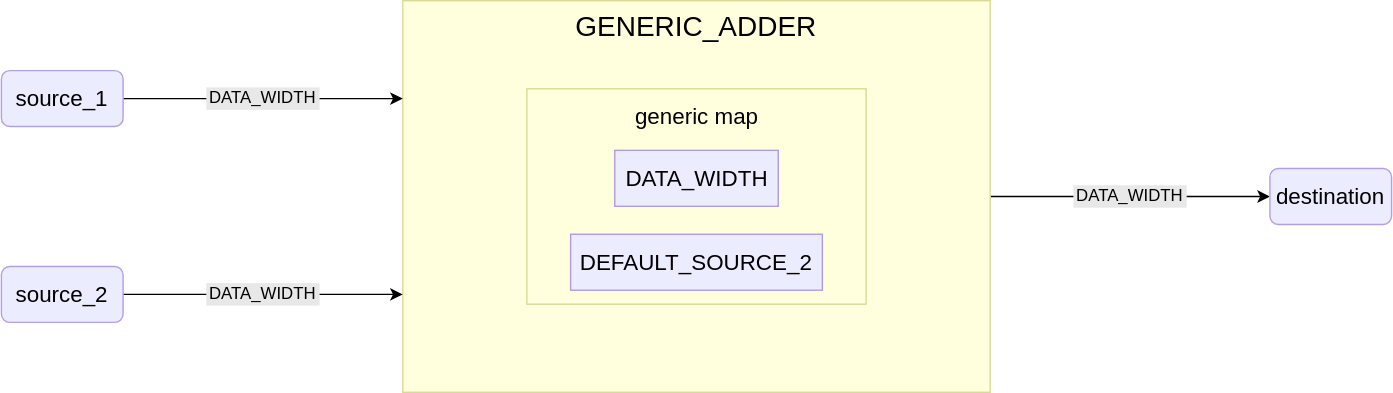
This is docs/public/images/reference/report_components/generic_adder.drawio.svg from insper-riscv/core, a draw.io export, as it was before one commit. Source tidied: cells renumbered, new cells last; positions are measured from the earlier drawing's top-left corner, leaving out a move shared by most shapes.
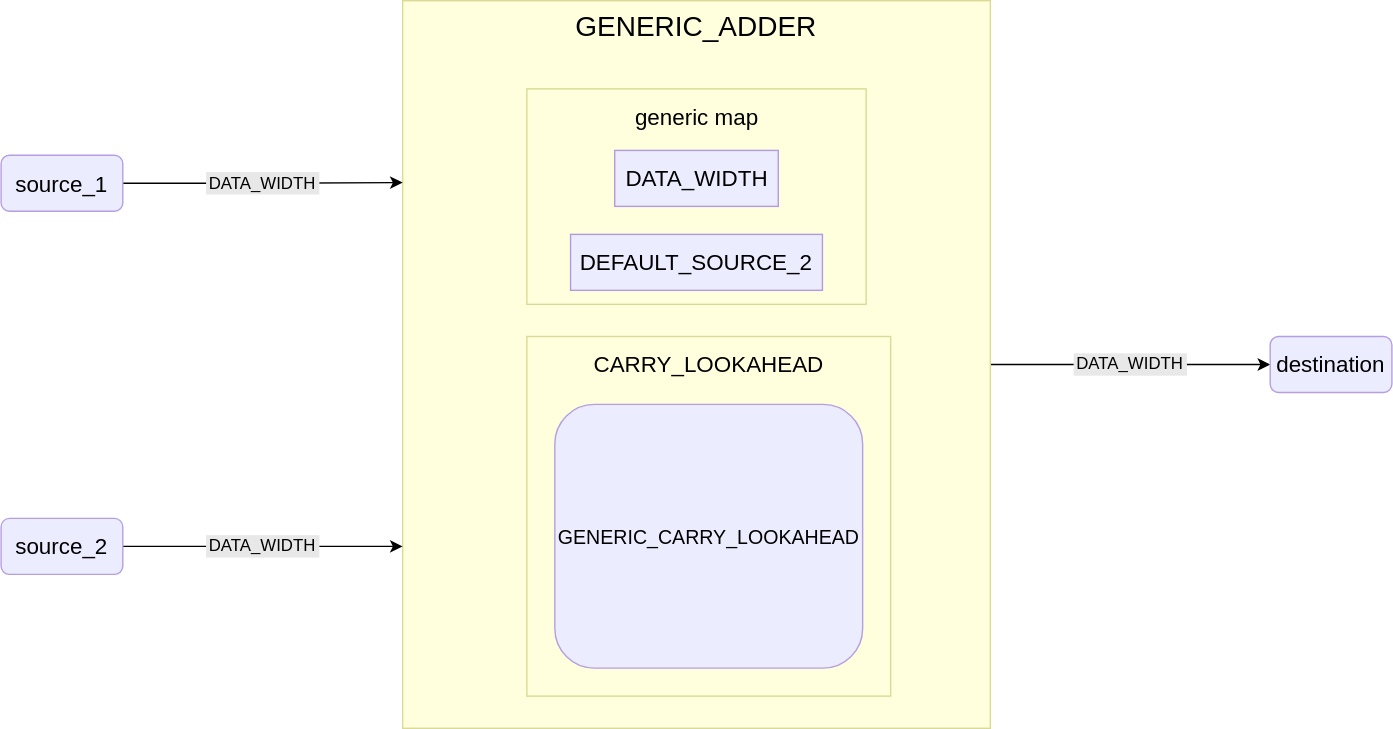
After the commit.

Diff of the diagram source:
```diff
@@ -6,7 +6,7 @@
       <mxGeometry relative="1" as="geometry" />
     </mxCell>
     <mxCell id="3" value="GENERIC_ADDER" style="rounded=0;whiteSpace=wrap;html=1;fillColor=#ffffde;strokeColor=#dada94;verticalAlign=top;fontSize=20;" parent="1" vertex="1">
-      <mxGeometry x="287" width="420" height="280" as="geometry" />
+      <mxGeometry x="287" width="420" height="520" as="geometry" />
     </mxCell>
     <mxCell id="4" value="&lt;span style=&quot;font-size: 16px;&quot;&gt;generic map&lt;/span&gt;" style="rounded=0;whiteSpace=wrap;html=1;fillColor=#ffffde;strokeColor=#dada94;verticalAlign=top;fontSize=20;" parent="1" vertex="1">
       <mxGeometry x="375.8" y="63" width="242.5" height="154" as="geometry" />
@@ -18,7 +18,7 @@
       <mxGeometry relative="1" as="geometry" />
     </mxCell>
     <mxCell id="7" value="source_1" style="rounded=1;whiteSpace=wrap;html=1;fillColor=#ececff;strokeColor=#b59fe2;fontSize=16;" parent="1" vertex="1">
-      <mxGeometry y="50" width="87" height="40" as="geometry" />
+      <mxGeometry y="110.5" width="87" height="40" as="geometry" />
     </mxCell>
     <mxCell id="8" value="DEFAULT_SOURCE_2" style="rounded=0;whiteSpace=wrap;html=1;fillColor=#ececff;strokeColor=#b29ae1;fontSize=16;" parent="1" vertex="1">
       <mxGeometry x="407" y="167" width="180" height="40" as="geometry" />
@@ -27,19 +27,25 @@
       <mxGeometry relative="1" as="geometry" />
     </mxCell>
     <mxCell id="10" value="source_2" style="rounded=1;whiteSpace=wrap;html=1;fillColor=#ececff;strokeColor=#b59fe2;fontSize=16;" parent="1" vertex="1">
-      <mxGeometry y="190" width="87" height="40" as="geometry" />
+      <mxGeometry y="370" width="87" height="40" as="geometry" />
     </mxCell>
     <mxCell id="11" value="destination" style="rounded=1;whiteSpace=wrap;html=1;fillColor=#ececff;strokeColor=#b59fe2;fontSize=16;" parent="1" vertex="1">
-      <mxGeometry x="907" y="120" width="87" height="40" as="geometry" />
+      <mxGeometry x="907" y="240" width="87" height="40" as="geometry" />
     </mxCell>
     <mxCell id="12" value="DATA_WIDTH" style="rounded=0;whiteSpace=wrap;html=1;fillColor=#e8e8e8;strokeColor=#e8e8e8;" parent="1" vertex="1">
-      <mxGeometry x="147" y="62.5" width="80" height="15" as="geometry" />
+      <mxGeometry x="147" y="123" width="80" height="15" as="geometry" />
     </mxCell>
     <mxCell id="13" value="DATA_WIDTH" style="rounded=0;whiteSpace=wrap;html=1;fillColor=#e8e8e8;strokeColor=#e8e8e8;" parent="1" vertex="1">
-      <mxGeometry x="147" y="202.5" width="80" height="15" as="geometry" />
+      <mxGeometry x="147" y="382.5" width="80" height="15" as="geometry" />
     </mxCell>
     <mxCell id="14" value="DATA_WIDTH" style="rounded=0;whiteSpace=wrap;html=1;fillColor=#e8e8e8;strokeColor=#e8e8e8;" parent="1" vertex="1">
-      <mxGeometry x="767" y="132.5" width="80" height="15" as="geometry" />
+      <mxGeometry x="767" y="252.5" width="80" height="15" as="geometry" />
     </mxCell>
+    <mxCell id="15" value="&lt;span style=&quot;font-size: 16px;&quot;&gt;CARRY_LOOKAHEAD&lt;/span&gt;" style="rounded=0;whiteSpace=wrap;html=1;fillColor=#ffffde;strokeColor=#dada94;verticalAlign=top;fontSize=20;" parent="1" vertex="1">
+      <mxGeometry x="375.8" y="240" width="260" height="257" as="geometry" />
+    </mxCell>
+    <mxCell id="16" value="&lt;font style=&quot;font-size: 14px;&quot;&gt;GENERIC_CARRY_LOOKAHEAD&lt;/font&gt;" style="rounded=1;whiteSpace=wrap;html=1;fillColor=#ececff;strokeColor=#b59fe2;fontSize=16;" parent="1" vertex="1">
+      <mxGeometry x="395.8" y="288.5" width="220" height="188.5" as="geometry" />
+    </mxCell>
   </root>
 </mxGraphModel>
```
